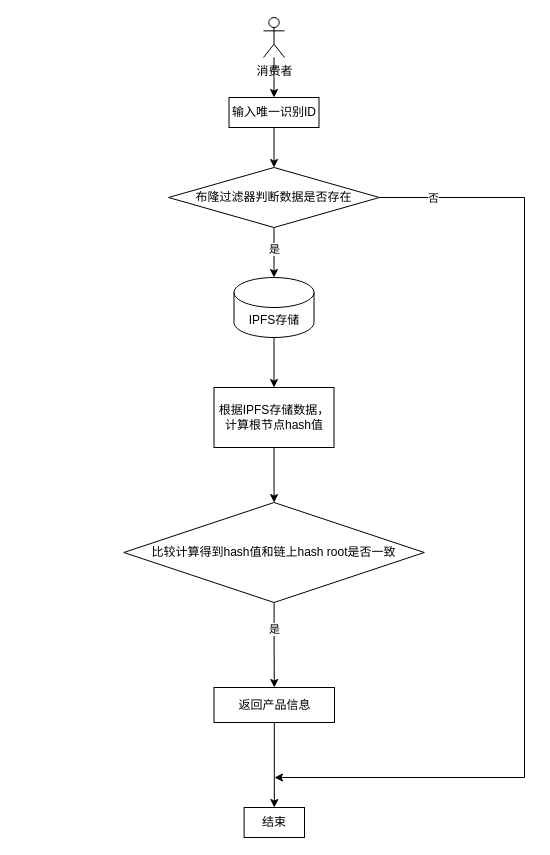
The draw.io diagram 未命名绘图.drawio in amadisme/notes, before the edit. Source tidied: cells renumbered, new cells numbered last; positions are measured from the earlier drawing's top-left corner, leaving out a move shared by most shapes. Both pictures are drawn from the tidied source at 100%, with x=0, y=0 at pixel (123, 17).
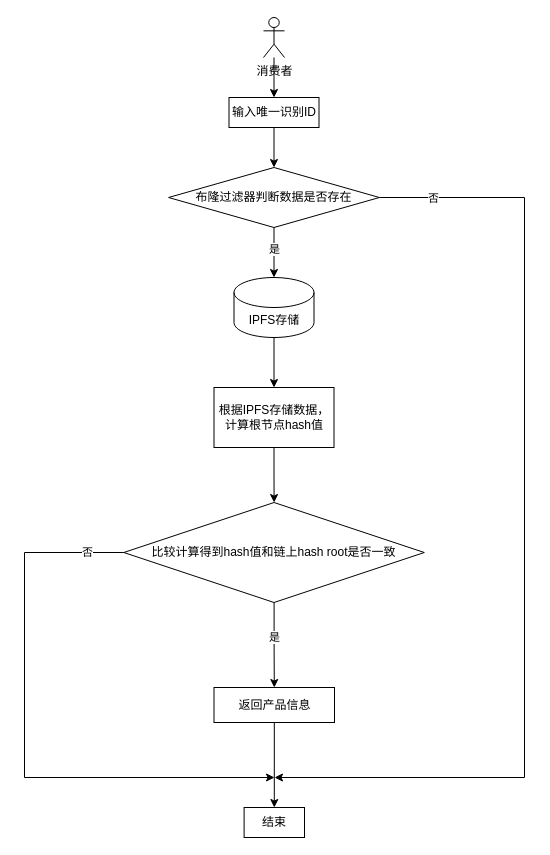
The same page after the edit.

Commit message (it also covers changes not shown here):
更新未命名绘图.drawio

The change refers to these unchanged cells:
```xml
<mxCell id="13" style="edgeStyle=orthogonalEdgeStyle;rounded=0;jettySize=auto;html=1;" parent="1" edge="1" source="15" target="17">
  <mxGeometry relative="1" as="geometry" />
</mxCell>
```

Diff of the diagram source:
```diff
@@
     <mxCell id="14" value="是" style="edgeLabel;html=1;align=center;verticalAlign=middle;" parent="13" vertex="1">
-      <mxGeometry x="-0.36" relative="1" as="geometry" />
+      <mxGeometry x="-0.36" relative="1" as="geometry">
+        <mxPoint y="8" as="offset" />
+      </mxGeometry>
     </mxCell>
@@
+    <mxCell id="21" style="endArrow=classic;html=1;rounded=0;edgeStyle=elbowEdgeStyle;" parent="1" edge="1">
+      <mxGeometry relative="1" as="geometry">
+        <mxPoint x="0.3" y="535" as="sourcePoint" />
+        <mxPoint x="151" y="760" as="targetPoint" />
+        <Array as="points">
+          <mxPoint x="-99" y="650" />
+        </Array>
+      </mxGeometry>
+    </mxCell>
+    <mxCell id="22" value="否" style="edgeLabel;html=1;align=center;verticalAlign=middle;" parent="21" vertex="1">
+      <mxGeometry x="-0.87" y="-1" relative="1" as="geometry" />
+    </mxCell>
```
